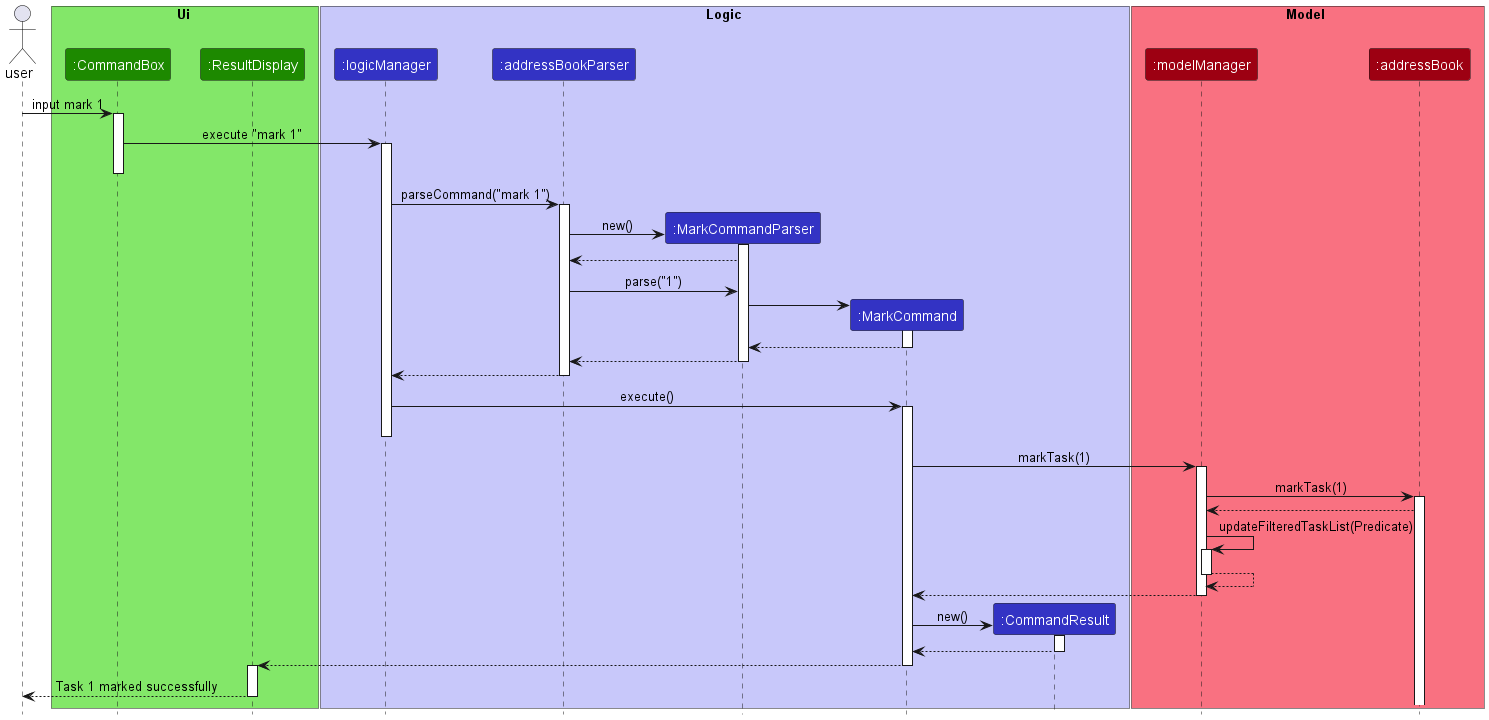
The PlantUML diagram docs/images/MarkCommandSequenceDiagram.png in nus-cs2103-AY2223S1/tp, before a commit.
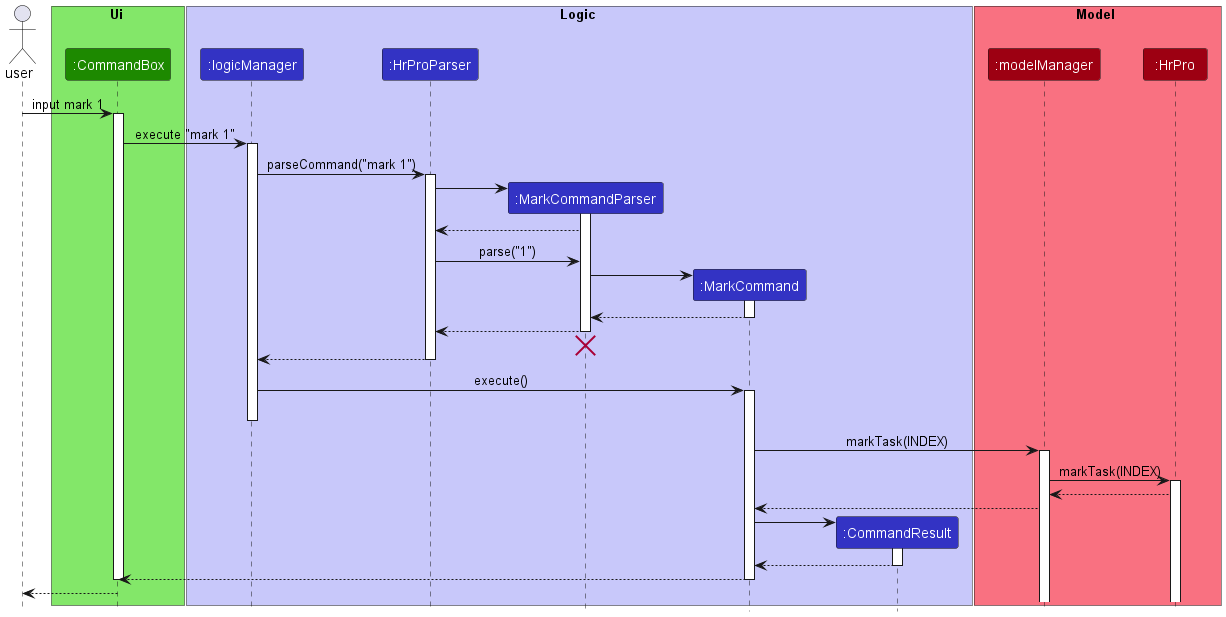
After the commit.

What changed in the source:
```diff
@@ -5,12 +5,11 @@
 
 box Ui UI_COLOR_T1
 participant ":CommandBox"  as commandBox UI_COLOR
-participant ":ResultDisplay" as resultDisplay UI_COLOR
 end box
 
 box Logic LOGIC_COLOR_T1
 participant ":logicManager"  as logicManager LOGIC_COLOR
-participant ":addressBookParser"  as addressBookParser LOGIC_COLOR
+participant ":HrProParser"  as hrProParser LOGIC_COLOR
 participant ":MarkCommandParser"  as markCommandParser LOGIC_COLOR
 participant ":MarkCommand"  as markCommand LOGIC_COLOR
 participant ":CommandResult" as commandResult LOGIC_COLOR
@@ -18,7 +17,7 @@
 
 box Model MODEL_COLOR_T1
 participant ":modelManager" as modelManager MODEL_COLOR
-participant ":addressBook" as addressBook MODEL_COLOR
+participant ":HrPro" as hrPro MODEL_COLOR
 end box
 
 user -> commandBox : input mark 1
@@ -26,18 +25,18 @@
 
 commandBox -> logicManager : execute "mark 1"
 activate logicManager
-deactivate commandBox
 
-logicManager -> addressBookParser : parseCommand("mark 1")
-activate addressBookParser
+
+logicManager -> hrProParser : parseCommand("mark 1")
+activate hrProParser
 
 create markCommandParser
-addressBookParser -> markCommandParser : new()
+hrProParser -> markCommandParser :
 activate markCommandParser
 
-markCommandParser --> addressBookParser
+markCommandParser --> hrProParser
 
-addressBookParser -> markCommandParser : parse("1")
+hrProParser -> markCommandParser : parse("1")
 
 create markCommand
 markCommandParser -> markCommand
@@ -46,40 +45,39 @@
 markCommand --> markCommandParser
 deactivate markCommand
 
-markCommandParser --> addressBookParser
+markCommandParser --> hrProParser
 deactivate markCommandParser
+markCommandParser -[hidden]-> hrProParser
+destroy markCommandParser
 
-addressBookParser --> logicManager
-deactivate addressBookParser
+hrProParser --> logicManager
+deactivate hrProParser
 
 logicManager -> markCommand : execute()
 activate markCommand
 deactivate logicManager
 
-markCommand -> modelManager : markTask(1)
+markCommand -> modelManager : markTask(INDEX)
 activate modelManager
 
-modelManager -> addressBook : markTask(1)
-activate addressBook
+modelManager -> hrPro : markTask(INDEX)
+activate hrPro
 
-addressBook --> modelManager
-
-autoActivate on
-modelManager -> modelManager :updateFilteredTaskList(Predicate)
-return
+hrPro --> modelManager
 
 modelManager --> markCommand
 
 create commandResult
-markCommand -> commandResult : new()
+markCommand -> commandResult :
 activate commandResult
 
 commandResult --> markCommand
 deactivate commandResult
 
-markCommand --> resultDisplay
-activate resultDisplay
+markCommand --> commandBox
+deactivate markCommand
+deactivate commandBox
 
-resultDisplay --> user : Task 1 marked successfully
+commandBox --> user :
 
 @enduml
```
